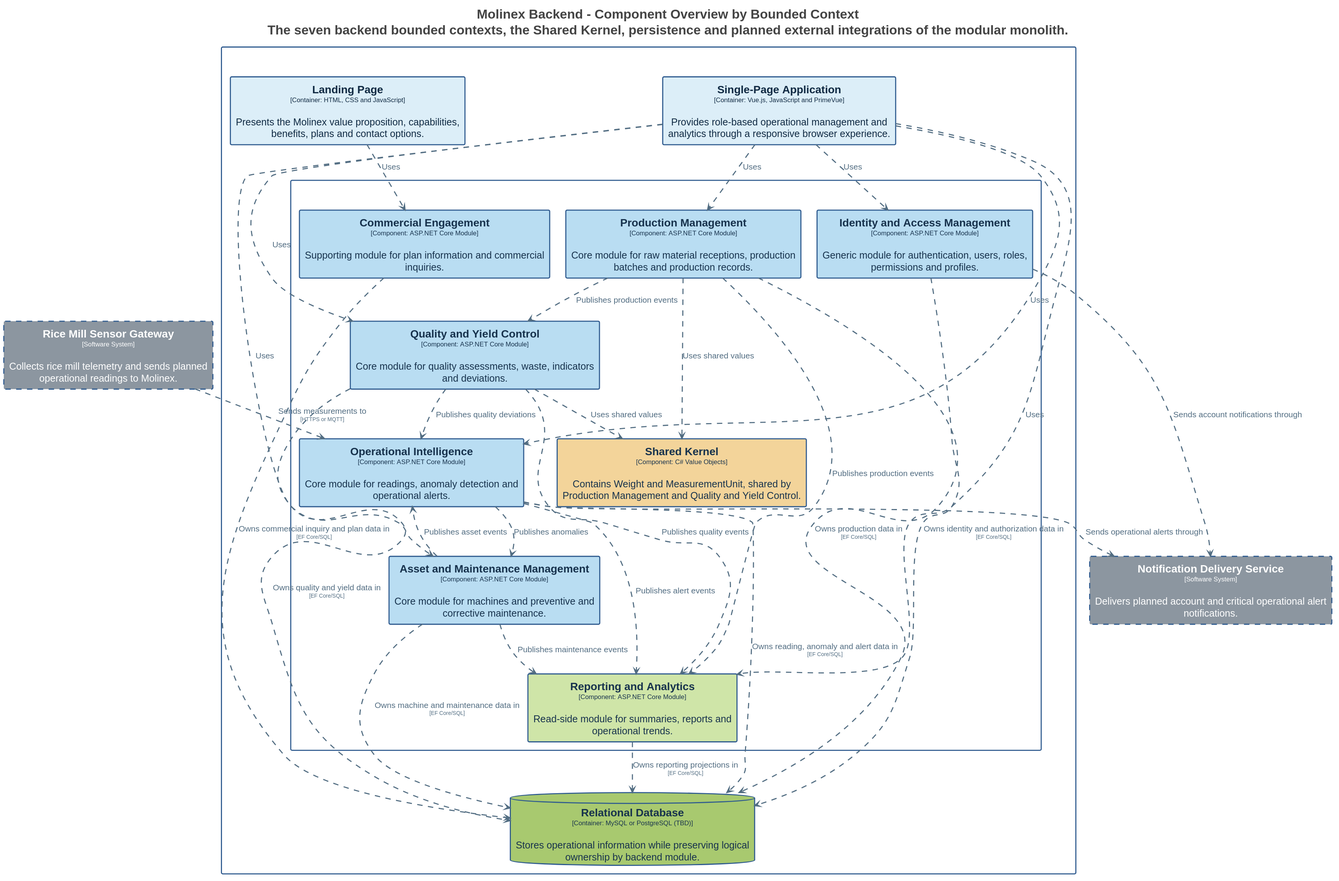
This is assets/Images Chapter 4/Domain-Driven Software Architecture/C4 Model/backend-component-diagram.svg from Vanguard-app-web/molinex-report-apweb, a PlantUML export, as it was before one commit.
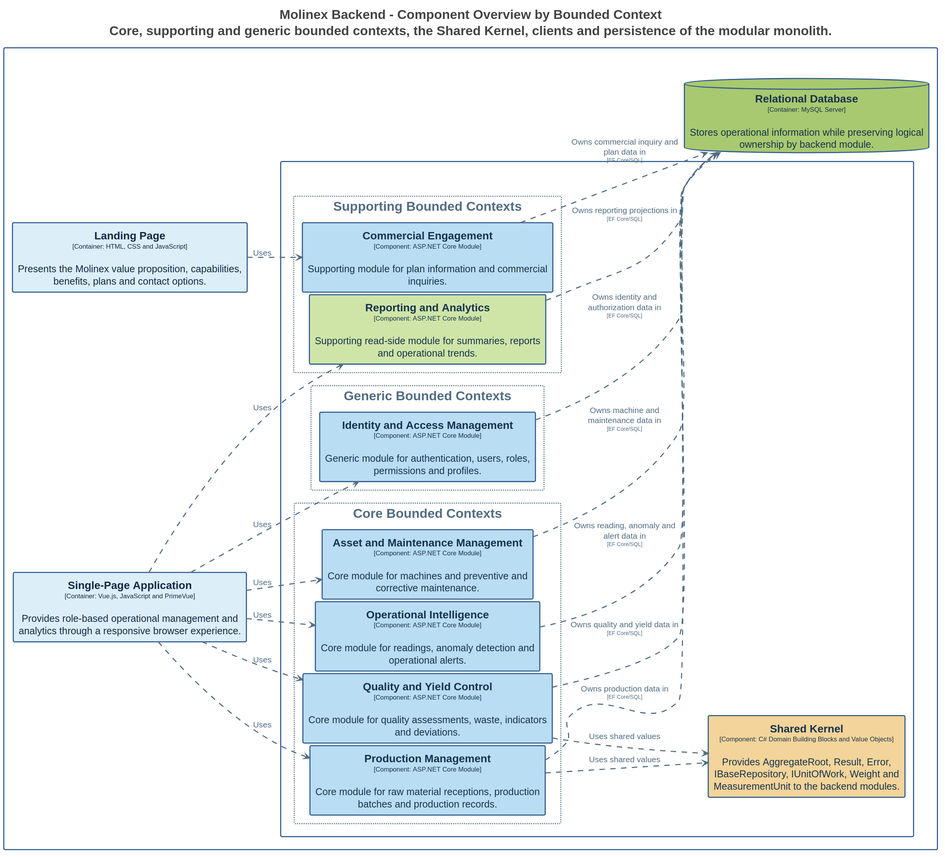
After the commit.

The edit, as a diff of the source:
```diff
@@ -1,10 +1,10 @@
 @startuml
-title <size:24>Molinex Backend - Component Overview by Bounded Context</size>\n<size:24>The seven backend bounded contexts, the Shared Kernel, persistence and planned external integrations of the modular monolith.</size>
+title <size:24>Molinex Backend - Component Overview by Bounded Context</size>\n<size:24>Core, supporting and generic bounded contexts, the Shared Kernel, clients and persistence of the modular monolith.</size>
 
 set separator none
-top to bottom direction
-skinparam ranksep 60
-skinparam nodesep 30
+left to right direction
+skinparam ranksep 20
+skinparam nodesep 5
 hide stereotype
 
 <style>
@@ -84,18 +84,6 @@
     Shadowing: 0;
     MaximumWidth: 450;
   }
-  // Element,Software System,External System,Planned
-  .Element-RWxlbWVudCxTb2Z0d2FyZSBTeXN0ZW0sRXh0ZXJuYWwgU3lzdGVtLFBsYW5uZWQ= {
-    BackgroundColor: #8c96a0;
-    LineColor: #2f5b8f;
-    LineStyle: 10-10;
-    LineThickness: 2;
-    FontColor: #ffffff;
-    FontSize: 18;
-    HorizontalAlignment: center;
-    Shadowing: 0;
-    MaximumWidth: 450;
-  }
   // Relationship
   .Relationship-UmVsYXRpb25zaGlw {
     LineThickness: 2;
@@ -103,6 +91,7 @@
     LineColor: #526d82;
     FontColor: #526d82;
     FontSize: 15;
+    MaximumWidth: 200;
   }
   // Molinex Platform
   .Boundary-TW9saW5leCBQbGF0Zm9ybQ== {
@@ -126,25 +115,64 @@
     HorizontalAlignment: center;
     Shadowing: 0;
   }
+  // Core Bounded Contexts
+  .Group-Q29yZSBCb3VuZGVkIENvbnRleHRz {
+    BackgroundColor: #ffffff;
+    LineColor: #607d8b;
+    LineStyle: 2-2;
+    LineThickness: 2;
+    FontColor: #526d82;
+    FontSize: 24;
+    HorizontalAlignment: center;
+    Shadowing: 0;
+  }
+  // Generic Bounded Contexts
+  .Group-R2VuZXJpYyBCb3VuZGVkIENvbnRleHRz {
+    BackgroundColor: #ffffff;
+    LineColor: #607d8b;
+    LineStyle: 2-2;
+    LineThickness: 2;
+    FontColor: #526d82;
+    FontSize: 24;
+    HorizontalAlignment: center;
+    Shadowing: 0;
+  }
+  // Supporting Bounded Contexts
+  .Group-U3VwcG9ydGluZyBCb3VuZGVkIENvbnRleHRz {
+    BackgroundColor: #ffffff;
+    LineColor: #607d8b;
+    LineStyle: 2-2;
+    LineThickness: 2;
+    FontColor: #526d82;
+    FontSize: 24;
+    HorizontalAlignment: center;
+    Shadowing: 0;
+  }
 </style>
-
-rectangle "==Rice Mill Sensor Gateway\n<size:12>[Software System]</size>\n\nCollects rice mill telemetry and sends planned operational readings to Molinex." <<Element-RWxlbWVudCxTb2Z0d2FyZSBTeXN0ZW0sRXh0ZXJuYWwgU3lzdGVtLFBsYW5uZWQ=>> as RiceMillSensorGateway
-rectangle "==Notification Delivery Service\n<size:12>[Software System]</size>\n\nDelivers planned account and critical operational alert notifications." <<Element-RWxlbWVudCxTb2Z0d2FyZSBTeXN0ZW0sRXh0ZXJuYWwgU3lzdGVtLFBsYW5uZWQ=>> as NotificationDeliveryService
 
 rectangle "Molinex Platform\n<size:12>[Software System]</size>" <<Boundary-TW9saW5leCBQbGF0Zm9ybQ==>> {
   rectangle "RESTful API\n<size:12>[Container: C#, ASP.NET Core and Entity Framework Core]</size>" <<Boundary-UkVTVGZ1bCBBUEk=>> {
-    rectangle "==Commercial Engagement\n<size:12>[Component: ASP.NET Core Module]</size>\n\nSupporting module for plan information and commercial inquiries." <<Element-RWxlbWVudCxDb21wb25lbnQsQmFja2VuZCBDb250ZXh0>> as MolinexPlatform.RESTfulAPI.CommercialEngagement
-    rectangle "==Identity and Access Management\n<size:12>[Component: ASP.NET Core Module]</size>\n\nGeneric module for authentication, users, roles, permissions and profiles." <<Element-RWxlbWVudCxDb21wb25lbnQsQmFja2VuZCBDb250ZXh0>> as MolinexPlatform.RESTfulAPI.IdentityandAccessManagement
-    rectangle "==Production Management\n<size:12>[Component: ASP.NET Core Module]</size>\n\nCore module for raw material receptions, production batches and production records." <<Element-RWxlbWVudCxDb21wb25lbnQsQmFja2VuZCBDb250ZXh0>> as MolinexPlatform.RESTfulAPI.ProductionManagement
-    rectangle "==Quality and Yield Control\n<size:12>[Component: ASP.NET Core Module]</size>\n\nCore module for quality assessments, waste, indicators and deviations." <<Element-RWxlbWVudCxDb21wb25lbnQsQmFja2VuZCBDb250ZXh0>> as MolinexPlatform.RESTfulAPI.QualityandYieldControl
-    rectangle "==Asset and Maintenance Management\n<size:12>[Component: ASP.NET Core Module]</size>\n\nCore module for machines and preventive and corrective maintenance." <<Element-RWxlbWVudCxDb21wb25lbnQsQmFja2VuZCBDb250ZXh0>> as MolinexPlatform.RESTfulAPI.AssetandMaintenanceManagement
-    rectangle "==Operational Intelligence\n<size:12>[Component: ASP.NET Core Module]</size>\n\nCore module for readings, anomaly detection and operational alerts." <<Element-RWxlbWVudCxDb21wb25lbnQsQmFja2VuZCBDb250ZXh0>> as MolinexPlatform.RESTfulAPI.OperationalIntelligence
-    rectangle "==Reporting and Analytics\n<size:12>[Component: ASP.NET Core Module]</size>\n\nRead-side module for summaries, reports and operational trends." <<Element-RWxlbWVudCxDb21wb25lbnQsQmFja2VuZCBDb250ZXh0LFJlYWQgU2lkZQ==>> as MolinexPlatform.RESTfulAPI.ReportingandAnalytics
-    rectangle "==Shared Kernel\n<size:12>[Component: C# Value Objects]</size>\n\nContains Weight and MeasurementUnit, shared by Production Management and Quality and Yield Control." <<Element-RWxlbWVudCxDb21wb25lbnQsU2hhcmVkIEtlcm5lbA==>> as MolinexPlatform.RESTfulAPI.SharedKernel
+    rectangle "Core Bounded Contexts" <<Group-Q29yZSBCb3VuZGVkIENvbnRleHRz>> as group40 {
+      rectangle "==Production Management\n<size:12>[Component: ASP.NET Core Module]</size>\n\nCore module for raw material receptions, production batches and production records." <<Element-RWxlbWVudCxDb21wb25lbnQsQmFja2VuZCBDb250ZXh0>> as MolinexPlatform.RESTfulAPI.ProductionManagement
+      rectangle "==Quality and Yield Control\n<size:12>[Component: ASP.NET Core Module]</size>\n\nCore module for quality assessments, waste, indicators and deviations." <<Element-RWxlbWVudCxDb21wb25lbnQsQmFja2VuZCBDb250ZXh0>> as MolinexPlatform.RESTfulAPI.QualityandYieldControl
+      rectangle "==Asset and Maintenance Management\n<size:12>[Component: ASP.NET Core Module]</size>\n\nCore module for machines and preventive and corrective maintenance." <<Element-RWxlbWVudCxDb21wb25lbnQsQmFja2VuZCBDb250ZXh0>> as MolinexPlatform.RESTfulAPI.AssetandMaintenanceManagement
+      rectangle "==Operational Intelligence\n<size:12>[Component: ASP.NET Core Module]</size>\n\nCore module for readings, anomaly detection and operational alerts." <<Element-RWxlbWVudCxDb21wb25lbnQsQmFja2VuZCBDb250ZXh0>> as MolinexPlatform.RESTfulAPI.OperationalIntelligence
+    }
+
+    rectangle "Generic Bounded Contexts" <<Group-R2VuZXJpYyBCb3VuZGVkIENvbnRleHRz>> as group41 {
+      rectangle "==Identity and Access Management\n<size:12>[Component: ASP.NET Core Module]</size>\n\nGeneric module for authentication, users, roles, permissions and profiles." <<Element-RWxlbWVudCxDb21wb25lbnQsQmFja2VuZCBDb250ZXh0>> as MolinexPlatform.RESTfulAPI.IdentityandAccessManagement
+    }
+
+    rectangle "Supporting Bounded Contexts" <<Group-U3VwcG9ydGluZyBCb3VuZGVkIENvbnRleHRz>> as group42 {
+      rectangle "==Commercial Engagement\n<size:12>[Component: ASP.NET Core Module]</size>\n\nSupporting module for plan information and commercial inquiries." <<Element-RWxlbWVudCxDb21wb25lbnQsQmFja2VuZCBDb250ZXh0>> as MolinexPlatform.RESTfulAPI.CommercialEngagement
+      rectangle "==Reporting and Analytics\n<size:12>[Component: ASP.NET Core Module]</size>\n\nSupporting read-side module for summaries, reports and operational trends." <<Element-RWxlbWVudCxDb21wb25lbnQsQmFja2VuZCBDb250ZXh0LFJlYWQgU2lkZQ==>> as MolinexPlatform.RESTfulAPI.ReportingandAnalytics
+    }
+
+    rectangle "==Shared Kernel\n<size:12>[Component: C# Domain Building Blocks and Value Objects]</size>\n\nProvides AggregateRoot, Result, Error, IBaseRepository, IUnitOfWork, Weight and MeasurementUnit to the backend modules." <<Element-RWxlbWVudCxDb21wb25lbnQsU2hhcmVkIEtlcm5lbA==>> as MolinexPlatform.RESTfulAPI.SharedKernel
   }
 
   rectangle "==Single-Page Application\n<size:12>[Container: Vue.js, JavaScript and PrimeVue]</size>\n\nProvides role-based operational management and analytics through a responsive browser experience." <<Element-RWxlbWVudCxDb250YWluZXIsU1BB>> as MolinexPlatform.SinglePageApplication
-  database "==Relational Database\n<size:12>[Container: MySQL or PostgreSQL (TBD)]</size>\n\nStores operational information while preserving logical ownership by backend module." <<Element-RWxlbWVudCxDb250YWluZXIsRGF0YWJhc2U=>> as MolinexPlatform.RelationalDatabase
+  database "==Relational Database\n<size:12>[Container: MySQL Server]</size>\n\nStores operational information while preserving logical ownership by backend module." <<Element-RWxlbWVudCxDb250YWluZXIsRGF0YWJhc2U=>> as MolinexPlatform.RelationalDatabase
   rectangle "==Landing Page\n<size:12>[Container: HTML, CSS and JavaScript]</size>\n\nPresents the Molinex value proposition, capabilities, benefits, plans and contact options." <<Element-RWxlbWVudCxDb250YWluZXIsTGFuZGluZyBQYWdl>> as MolinexPlatform.LandingPage
 }
 
@@ -155,17 +183,6 @@
 MolinexPlatform.SinglePageApplication --> MolinexPlatform.RESTfulAPI.AssetandMaintenanceManagement <<Relationship-UmVsYXRpb25zaGlw>> : "Uses"
 MolinexPlatform.SinglePageApplication --> MolinexPlatform.RESTfulAPI.OperationalIntelligence <<Relationship-UmVsYXRpb25zaGlw>> : "Uses"
 MolinexPlatform.SinglePageApplication --> MolinexPlatform.RESTfulAPI.ReportingandAnalytics <<Relationship-UmVsYXRpb25zaGlw>> : "Uses"
-RiceMillSensorGateway --> MolinexPlatform.RESTfulAPI.OperationalIntelligence <<Relationship-UmVsYXRpb25zaGlw>> : "Sends measurements to\n<size:10>[HTTPS or MQTT]</size>"
-MolinexPlatform.RESTfulAPI.IdentityandAccessManagement --> NotificationDeliveryService <<Relationship-UmVsYXRpb25zaGlw>> : "Sends account notifications through"
-MolinexPlatform.RESTfulAPI.OperationalIntelligence --> NotificationDeliveryService <<Relationship-UmVsYXRpb25zaGlw>> : "Sends operational alerts through"
-MolinexPlatform.RESTfulAPI.ProductionManagement --> MolinexPlatform.RESTfulAPI.QualityandYieldControl <<Relationship-UmVsYXRpb25zaGlw>> : "Publishes production events"
-MolinexPlatform.RESTfulAPI.QualityandYieldControl --> MolinexPlatform.RESTfulAPI.OperationalIntelligence <<Relationship-UmVsYXRpb25zaGlw>> : "Publishes quality deviations"
-MolinexPlatform.RESTfulAPI.AssetandMaintenanceManagement --> MolinexPlatform.RESTfulAPI.OperationalIntelligence <<Relationship-UmVsYXRpb25zaGlw>> : "Publishes asset events"
-MolinexPlatform.RESTfulAPI.OperationalIntelligence --> MolinexPlatform.RESTfulAPI.AssetandMaintenanceManagement <<Relationship-UmVsYXRpb25zaGlw>> : "Publishes anomalies"
-MolinexPlatform.RESTfulAPI.ProductionManagement --> MolinexPlatform.RESTfulAPI.ReportingandAnalytics <<Relationship-UmVsYXRpb25zaGlw>> : "Publishes production events"
-MolinexPlatform.RESTfulAPI.QualityandYieldControl --> MolinexPlatform.RESTfulAPI.ReportingandAnalytics <<Relationship-UmVsYXRpb25zaGlw>> : "Publishes quality events"
-MolinexPlatform.RESTfulAPI.AssetandMaintenanceManagement --> MolinexPlatform.RESTfulAPI.ReportingandAnalytics <<Relationship-UmVsYXRpb25zaGlw>> : "Publishes maintenance events"
-MolinexPlatform.RESTfulAPI.OperationalIntelligence --> MolinexPlatform.RESTfulAPI.ReportingandAnalytics <<Relationship-UmVsYXRpb25zaGlw>> : "Publishes alert events"
 MolinexPlatform.RESTfulAPI.ProductionManagement --> MolinexPlatform.RESTfulAPI.SharedKernel <<Relationship-UmVsYXRpb25zaGlw>> : "Uses shared values"
 MolinexPlatform.RESTfulAPI.QualityandYieldControl --> MolinexPlatform.RESTfulAPI.SharedKernel <<Relationship-UmVsYXRpb25zaGlw>> : "Uses shared values"
 MolinexPlatform.RESTfulAPI.CommercialEngagement --> MolinexPlatform.RelationalDatabase <<Relationship-UmVsYXRpb25zaGlw>> : "Owns commercial inquiry and plan data in\n<size:10>[EF Core/SQL]</size>"
```
